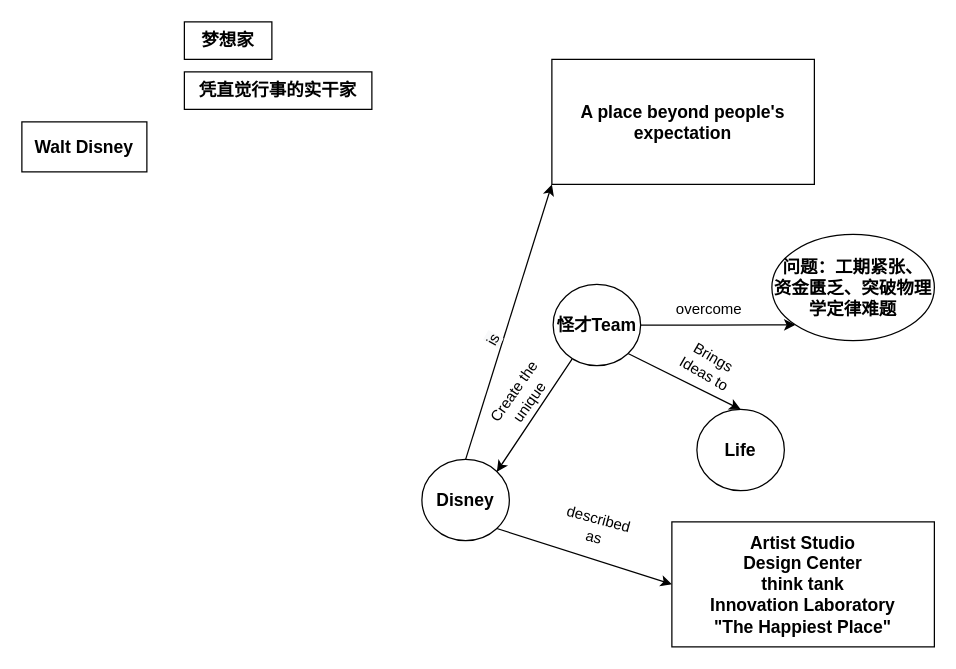
huxinkan517/DRAW.IO keeps this draw.io diagram as Untitled Diagram.drawio. Above is the earlier version. Source tidied: cells renumbered, new cells numbered last; positions are measured from the earlier drawing's top-left corner, leaving out a move shared by most shapes. Both pictures are drawn from the tidied source at 125%, with x=0, y=0 at pixel (21, 21).
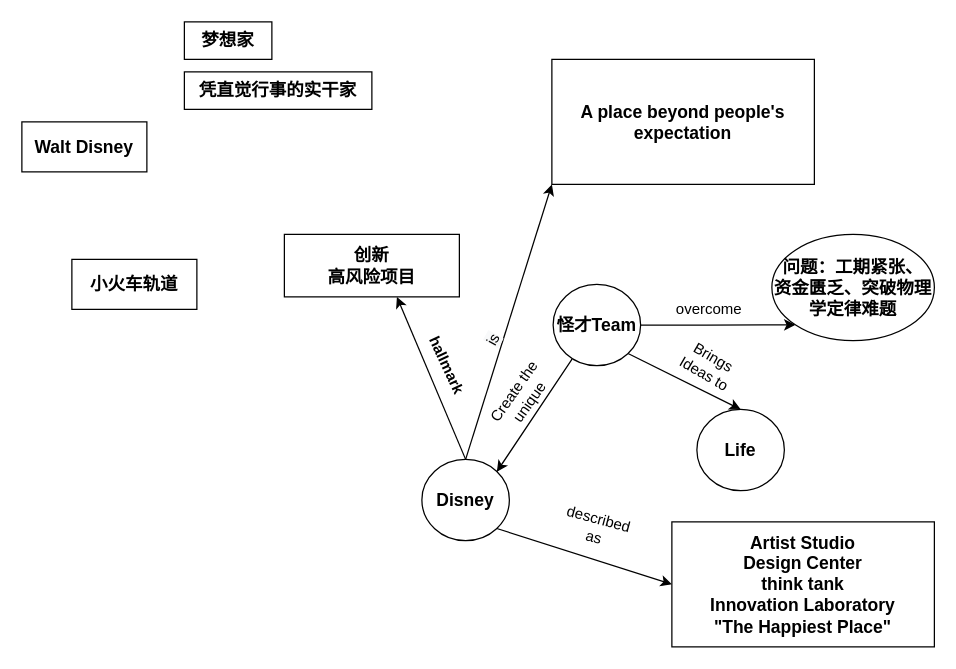
The same page after the edit.

Unchanged cells that the change refers to:
```xml
<mxCell id="2" value="Disney" style="ellipse;whiteSpace=wrap;html=1;fontStyle=1;fontSize=14;" parent="1" vertex="1">
  <mxGeometry x="320" y="350" width="70" height="65" as="geometry" />
</mxCell>
```

What changed in the source:
```diff
@@
+    <mxCell id="21" value="&lt;b&gt;创新&lt;br&gt;高风险项目&lt;br&gt;&lt;/b&gt;" style="rounded=0;whiteSpace=wrap;html=1;fontSize=14;" parent="1" vertex="1">
+      <mxGeometry x="210" y="170" width="140" height="50" as="geometry" />
+    </mxCell>
+    <mxCell id="22" style="endArrow=classic;html=1;rounded=0;fontSize=14;entryX=0.643;entryY=1;entryDx=0;entryDy=0;entryPerimeter=0;exitX=0.5;exitY=0;exitDx=0;exitDy=0;" parent="1" edge="1" source="2" target="21">
+      <mxGeometry relative="1" as="geometry" />
+    </mxCell>
+    <mxCell id="23" value="&lt;b&gt;hallmark&lt;/b&gt;" style="text;html=1;strokeColor=none;fillColor=none;align=center;verticalAlign=middle;whiteSpace=wrap;rounded=0;rotation=65;" parent="1" vertex="1">
+      <mxGeometry x="310" y="235" width="60" height="80" as="geometry" />
+    </mxCell>
+    <mxCell id="24" value="&lt;b&gt;小火车轨道&lt;/b&gt;" style="rounded=0;whiteSpace=wrap;html=1;fontSize=14;" parent="1" vertex="1">
+      <mxGeometry x="40" y="190" width="100" height="40" as="geometry" />
+    </mxCell>
```
